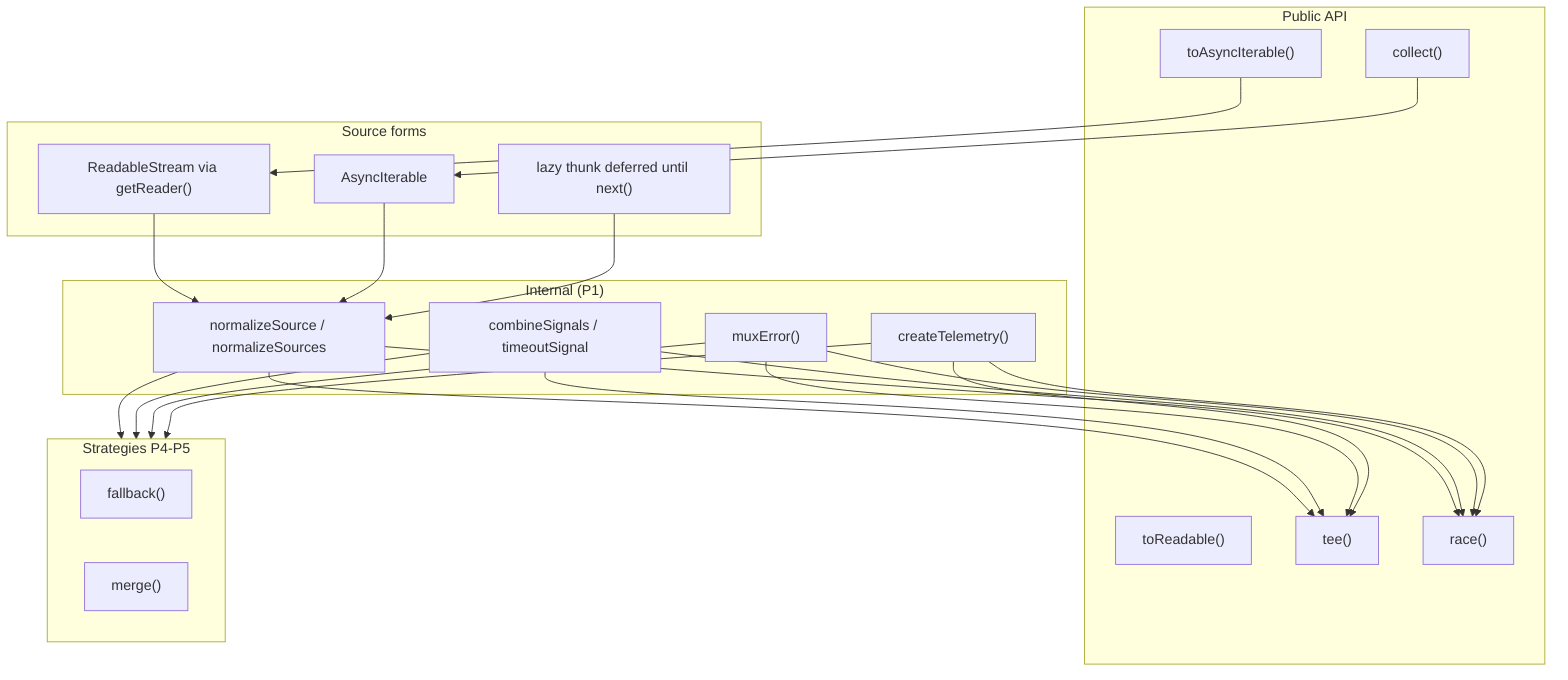
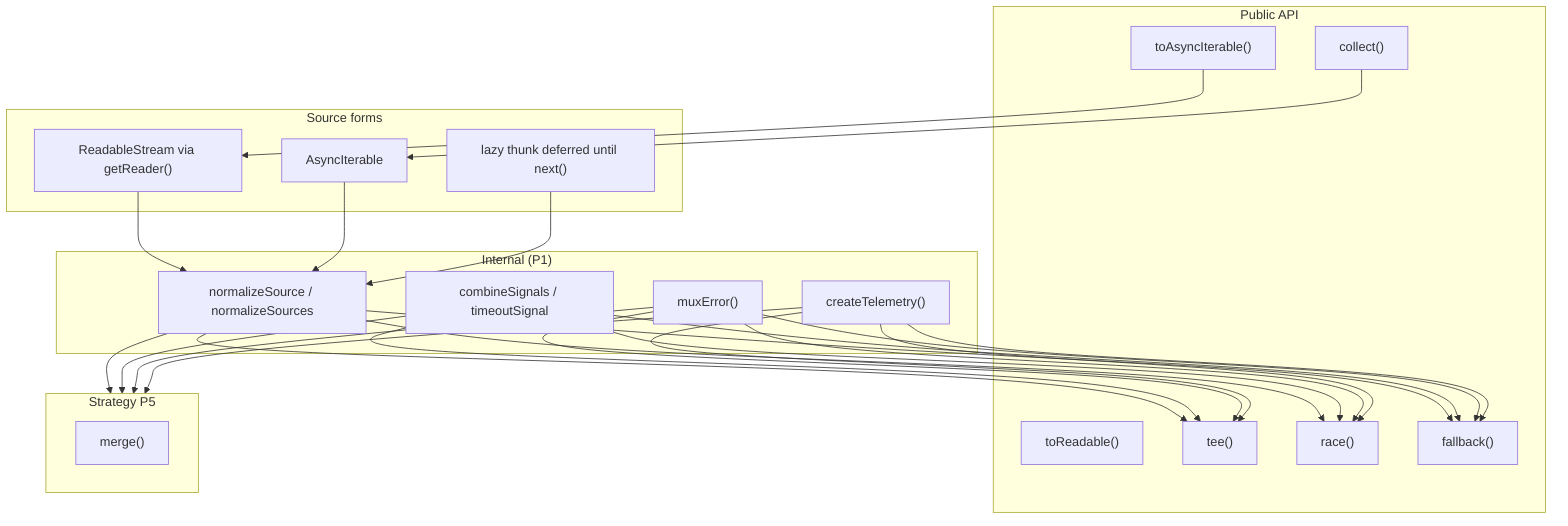
flowchart TB
  subgraph public["Public API"]
    collect["collect()"]
    toReadable["toReadable()"]
    toAsyncIterable["toAsyncIterable()"]
    tee["tee()"]
    race["race()"]
+     fb["fallback()"]
  end

  subgraph internal["Internal (P1)"]
    source["normalizeSource / normalizeSources"]
    abort["combineSignals / timeoutSignal"]
    errors["muxError()"]
    telemetry["createTelemetry()"]
  end

  subgraph sources["Source forms"]
    rs["ReadableStream via getReader()"]
    ai["AsyncIterable"]
    lazy["lazy thunk deferred until next()"]
  end

-   subgraph future["Strategies P4-P5"]
-     fb["fallback()"]
+   subgraph future["Strategy P5"]
    merge["merge()"]
  end

  rs --> source
  ai --> source
  lazy --> source
  source --> tee
  source --> race
+   source --> fb
  source --> future
  abort --> tee
  abort --> race
+   abort --> fb
  abort --> future
  errors --> tee
  errors --> race
+   errors --> fb
  errors --> future
  telemetry --> tee
  telemetry --> race
+   telemetry --> fb
  telemetry --> future
  toAsyncIterable --> rs
  collect --> ai
